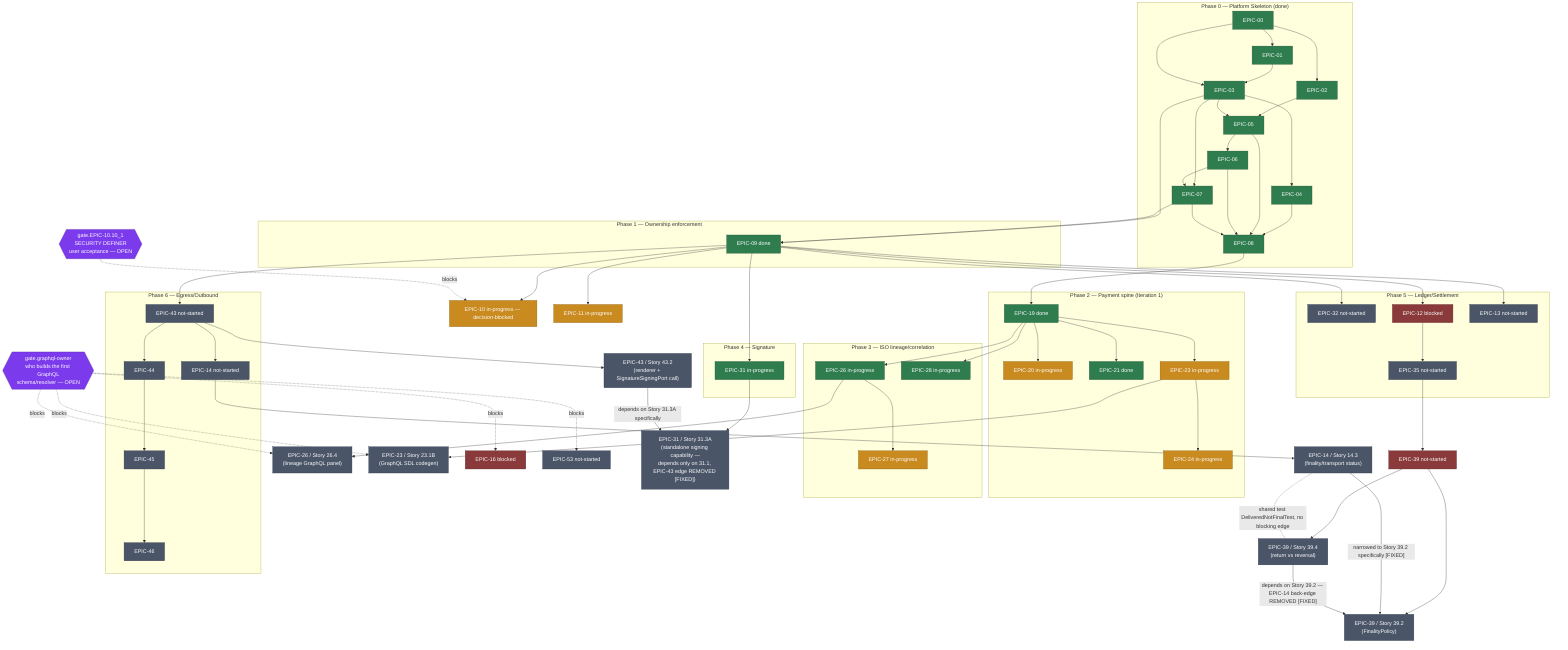
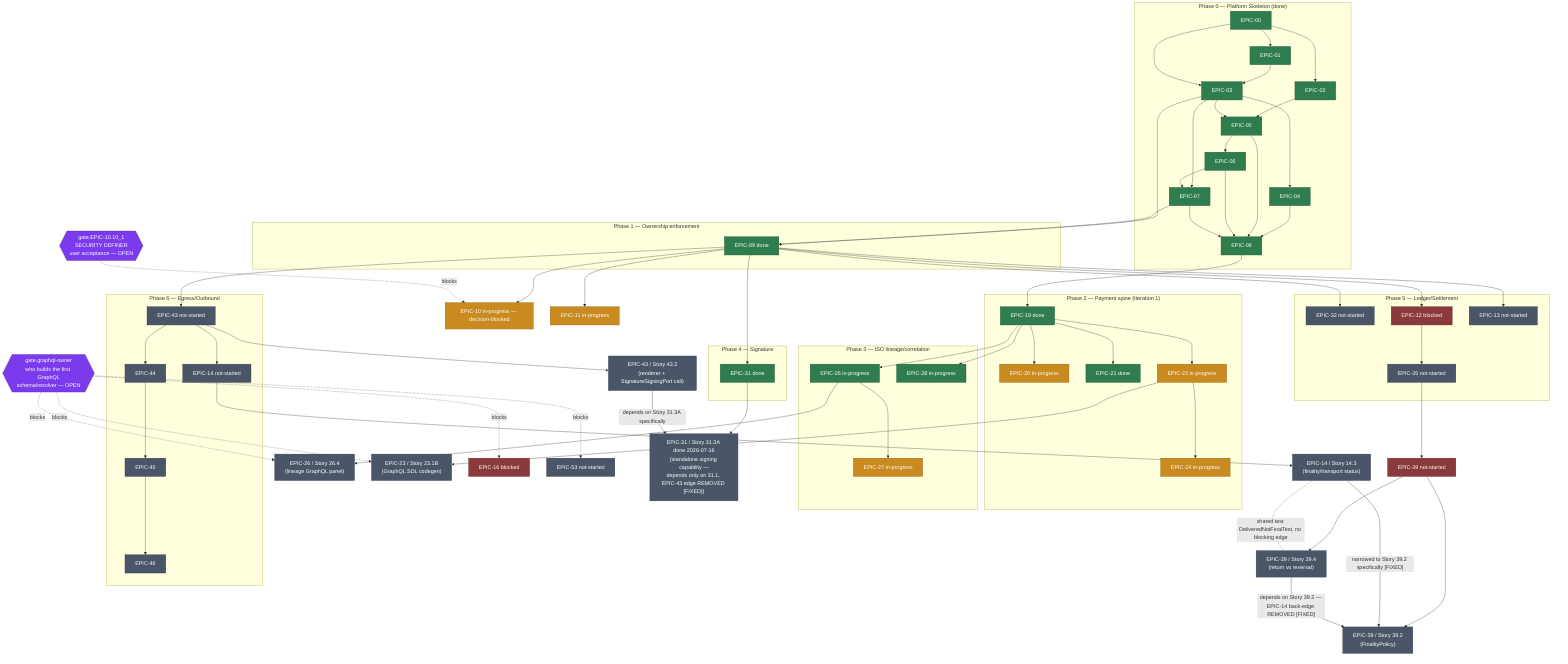
%% SEPA Nexus — capability graph (curated view)
%% Full machine graph: planning/capability-graph.json (142 nodes / 251 edges).
%% This file is a curated subgraph for human reading — phase heads, the two resolved
%% cycles, and the two open decision gates (EPIC-10 SECURITY DEFINER, GraphQL owner). It
%% is not regenerated automatically; keep it in sync by hand with capability-graph.json
%% when either changes materially.
flowchart TB

    subgraph P0["Phase 0 — Platform Skeleton (done)"]
        E00[EPIC-00] --> E01[EPIC-01] & E02[EPIC-02]
        E01 --> E03[EPIC-03]
        E00 --> E03
        E03 --> E04[EPIC-04] & E07[EPIC-07]
        E02 --> E05[EPIC-05]
        E03 --> E05
        E05 --> E06[EPIC-06]
        E06 --> E07
        E04 & E05 & E06 & E07 --> E08[EPIC-08]
    end

    subgraph P1["Phase 1 — Ownership enforcement"]
        E03 --> E09[EPIC-09 done]
        E07 --> E09
    end

    subgraph P2["Phase 2 — Payment spine (Iteration 1)"]
        E08 --> E19[EPIC-19 done]
        E19 --> E20[EPIC-20 in-progress]
        E19 --> E21[EPIC-21 done]
        E19 --> E23[EPIC-23 in-progress]
        E23 --> E24[EPIC-24 in-progress]
    end

    subgraph P3["Phase 3 — ISO lineage/correlation"]
        E19 --> E26[EPIC-26 in-progress]
        E26 --> E27[EPIC-27 in-progress]
        E19 --> E28[EPIC-28 in-progress]
    end

    %% --- GraphQL owner decision gate (added 2026-07-16) ---
    S2664["EPIC-26 / Story 26.4\n(lineage GraphQL panel)"]
    S231B["EPIC-23 / Story 23.1B\n(GraphQL SDL codegen)"]
    E26 --> S2664
    E23 --> S231B
    GQLGATE{{"gate.graphql-owner\nwho builds the first GraphQL\nschema/resolver — OPEN"}}
    GQLGATE -.blocks.-> S2664
    GQLGATE -.blocks.-> E16[EPIC-16 blocked]
    GQLGATE -.blocks.-> S231B
    GQLGATE -.blocks.-> E53[EPIC-53 not-started]

    subgraph P4["Phase 4 — Signature"]
-         E09 --> E31[EPIC-31 in-progress]
+         E09 --> E31[EPIC-31 done]
    end

    subgraph P5["Phase 5 — Ledger/Settlement"]
        E09 --> E32[EPIC-32 not-started]
        E12[EPIC-12 blocked] --> E35[EPIC-35 not-started]
        E09 --> E13[EPIC-13 not-started]
        E09 --> E12
    end

    subgraph P6["Phase 6 — Egress/Outbound"]
        E09 --> E43[EPIC-43 not-started]
        E43 --> E44[EPIC-44] --> E45[EPIC-45] --> E46[EPIC-46]
        E43 --> E14[EPIC-14 not-started]
    end

    %% Ownership graph (EPIC-09) fans out to most other Phase-1 epics
    E09 --> E10[EPIC-10 in-progress — decision-blocked]
    E09 --> E11[EPIC-11 in-progress]

    %% --- EPIC-10 decision gate ---
    GATE{{"gate.EPIC-10.10_1\nSECURITY DEFINER\nuser acceptance — OPEN"}}
    GATE -.blocks.-> E10

    %% --- Cycle 1 (H1, signature <-> egress) — FIXED 2026-07-16 ---
-     S313A["EPIC-31 / Story 31.3A\n(standalone signing capability —\ndepends only on 31.1, EPIC-43 edge REMOVED [FIXED])"]
+     S313A["EPIC-31 / Story 31.3A done 2026-07-16\n(standalone signing capability —\ndepends only on 31.1, EPIC-43 edge REMOVED [FIXED])"]
    S432["EPIC-43 / Story 43.2\n(renderer + SignatureSigningPort call)"]
    E31 --> S313A
    E43 --> S432
    S432 -- "depends on Story 31.3A specifically" --> S313A

    %% --- Cycle 2 (discovered incidentally, same shape) — FIXED 2026-07-16 ---
    S143["EPIC-14 / Story 14.3\n(finality/transport status)"]
    S394["EPIC-39 / Story 39.4\n(return vs reversal)"]
    S392["EPIC-39 / Story 39.2\n(FinalityPolicy)"]
    E14 --> S143
    E39[EPIC-39 not-started] --> S394
    E39 --> S392
    E35 --> E39
    S143 -- "narrowed to Story 39.2 specifically [FIXED]" --> S392
    S394 -- "depends on Story 39.2 — EPIC-14 back-edge REMOVED [FIXED]" --> S392
    S143 -. "shared test DeliveredNotFinalTest, no blocking edge" .- S394

    classDef done fill:#2f7d4f,color:#fff,stroke:#1e5236
    classDef inprogress fill:#c98a1f,color:#fff,stroke:#8a5e12
    classDef blocked fill:#8a3a3a,color:#fff,stroke:#5c2626
    classDef notstarted fill:#4a5568,color:#fff,stroke:#2d3748
    classDef gate fill:#7c3aed,color:#fff,stroke:#4c1d95

    class E00,E01,E02,E03,E04,E05,E06,E07,E08,E09,E19,E21,E26,E31,E28 done
    class E10,E11,E20,E23,E24,E27 inprogress
    class E12,E39,E16 blocked
    class E13,E14,E32,E35,E43,E44,E45,E46,E53,S313A,S432,S143,S394,S392,S2664,S231B notstarted
    class GATE,GQLGATE gate
